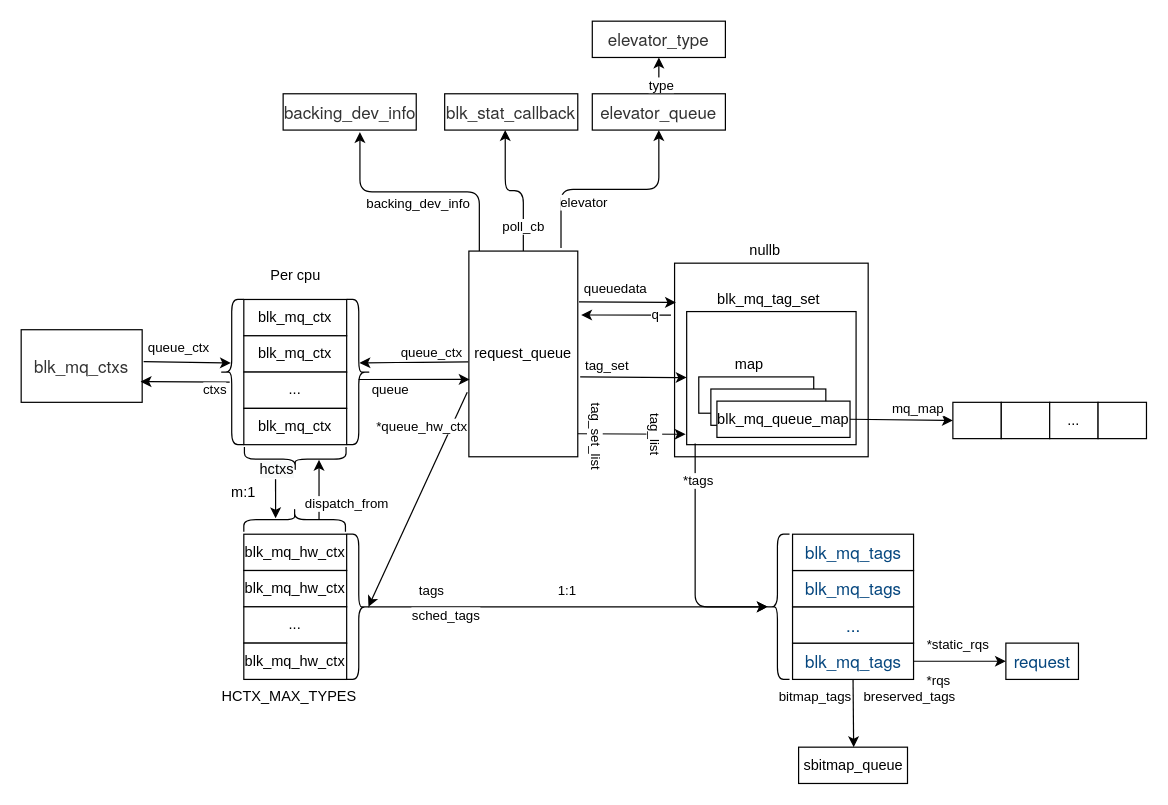
This is block.drawio from jasonactions/graph, a draw.io file, before an edit. Source tidied: cells renumbered, new cells numbered last; positions are measured from the earlier drawing's top-left corner, leaving out a move shared by most shapes. Both pictures are drawn from the tidied source at 121%, with x=0, y=0 at pixel (21, 21).
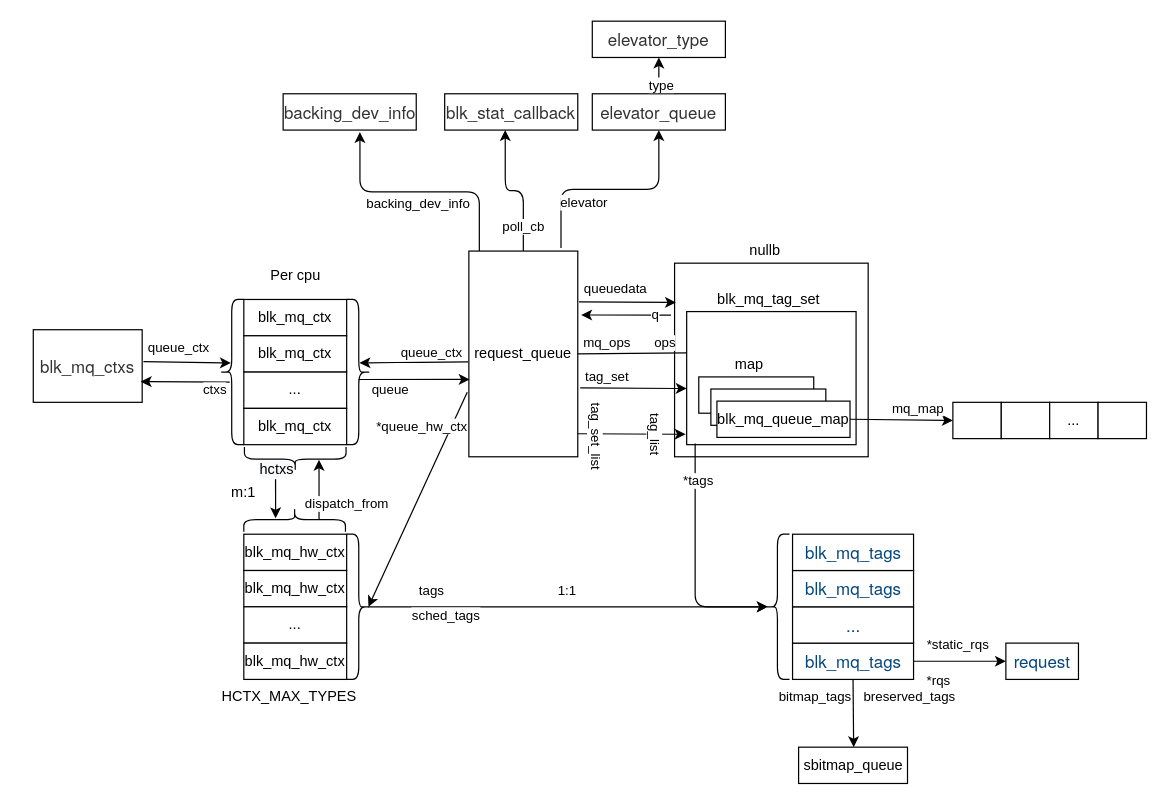
The same page after the edit.

The change refers to these unchanged cells:
```xml
<mxCell id="6" style="rounded=0;whiteSpace=wrap;html=1;" parent="1" vertex="1">
  <mxGeometry x="550" y="240" width="140" height="110" as="geometry" />
</mxCell>
<mxCell id="27" value="request_queue" style="rounded=0;whiteSpace=wrap;html=1;" parent="1" vertex="1">
  <mxGeometry x="370" y="190" width="90" height="170" as="geometry" />
</mxCell>
```

What changed in the source:
```diff
@@
     <mxCell id="4" value="&lt;font color=&quot;#333333&quot; face=&quot;helvetica neue, helvetica, arial, pingfang sc, hiragino sans gb, wenquanyi micro hei, microsoft yahei, sans-serif&quot;&gt;&lt;span style=&quot;font-size: 14px&quot;&gt;blk_mq_ctxs&lt;/span&gt;&lt;/font&gt;" style="rounded=0;whiteSpace=wrap;html=1;" parent="1" vertex="1">
-      <mxGeometry y="255" width="100" height="60" as="geometry" />
+      <mxGeometry x="10" y="255" width="90" height="60" as="geometry" />
     </mxCell>
@@
-    <mxCell id="28" style="endArrow=classic;html=1;" parent="1" edge="1" target="6">
+    <mxCell id="28" style="endArrow=classic;html=1;" parent="1" edge="1">
       <mxGeometry relative="1" as="geometry">
-        <mxPoint x="462" y="294" as="sourcePoint" />
+        <mxPoint x="462" y="303" as="sourcePoint" />
+        <mxPoint x="550" y="303.6" as="targetPoint" />
       </mxGeometry>
     </mxCell>
@@
+    <mxCell id="88" style="endArrow=none;html=1;exitX=1;exitY=0.5;exitDx=0;exitDy=0;entryX=0.002;entryY=0.311;entryDx=0;entryDy=0;entryPerimeter=0;" parent="1" edge="1" source="27" target="6">
+      <mxGeometry relative="1" as="geometry" />
+    </mxCell>
+    <mxCell id="89" value="ops" style="edgeLabel;html=1;align=center;verticalAlign=middle;rotation=0;" parent="88" vertex="1">
+      <mxGeometry x="0.74" relative="1" as="geometry">
+        <mxPoint x="-7.3" y="-9.3" as="offset" />
+      </mxGeometry>
+    </mxCell>
+    <mxCell id="90" value="mq_ops" style="edgeLabel;html=1;align=center;verticalAlign=middle;" parent="88" vertex="1">
+      <mxGeometry x="-0.66" relative="1" as="geometry">
+        <mxPoint x="9" y="-8.9" as="offset" />
+      </mxGeometry>
+    </mxCell>
```
